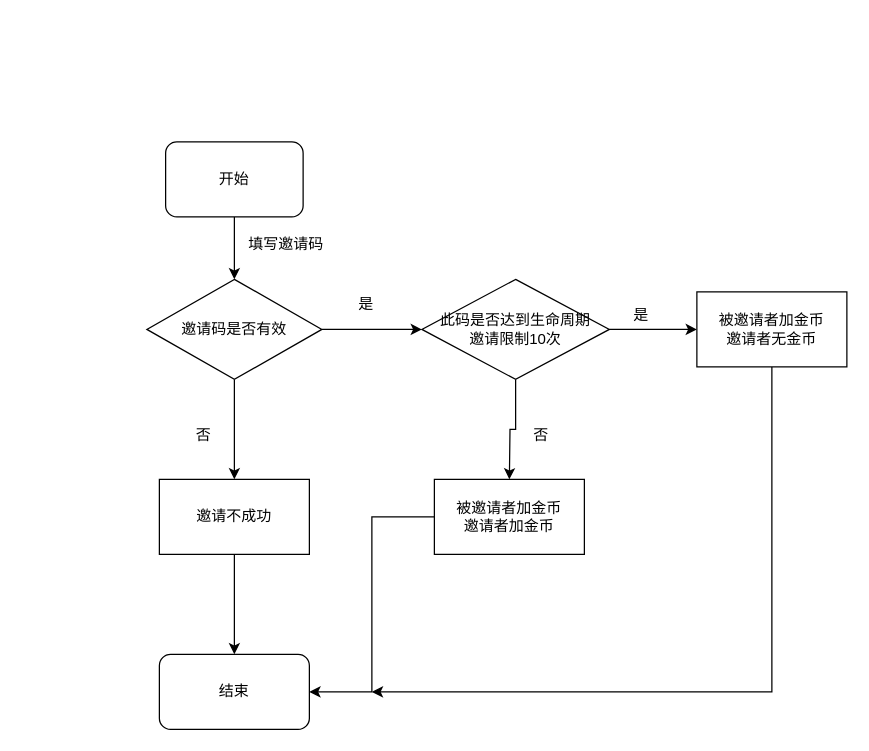
Earlier version of the draw.io diagram 邀请码逻辑.drawio (LiErhua/draw.io). Source tidied: cells renumbered, new cells numbered last; positions are measured from the earlier drawing's top-left corner, leaving out a move shared by most shapes. Both pictures are drawn from the tidied source at 125%, with x=0, y=0 at pixel (146, 141).
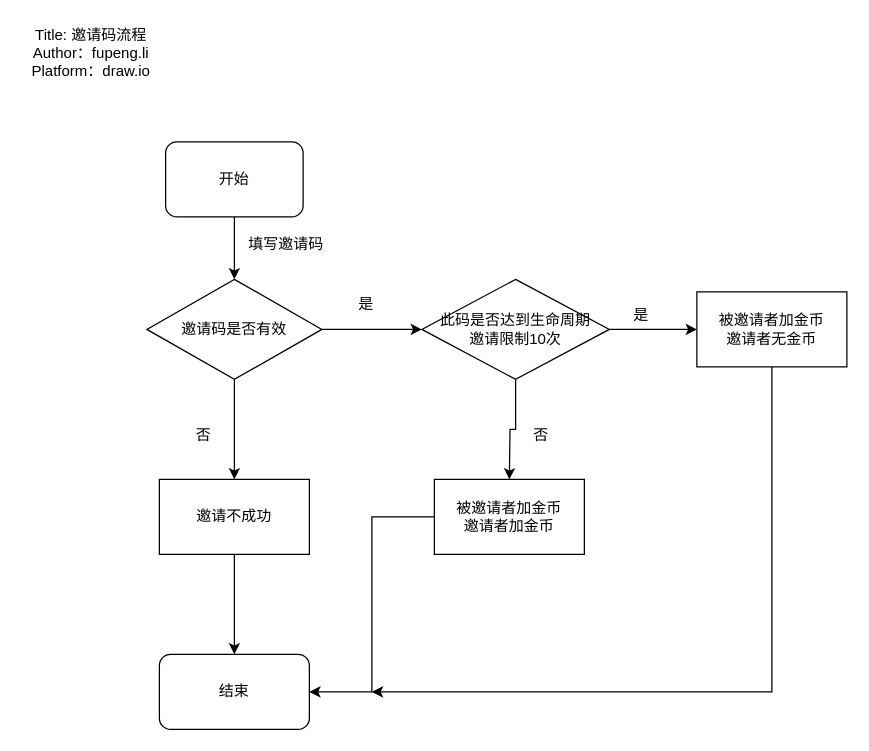
Above is the later version.

Commit message:
Update 邀请码逻辑.drawio

What changed in the source:
```diff
@@
+    <mxCell id="22" value="Title: 邀请码流程&lt;br&gt;Author：fupeng.li&lt;br&gt;Platform：draw.io" style="text;html=1;align=center;verticalAlign=middle;" parent="1" vertex="1">
+      <mxGeometry x="-100" y="-96" width="110" height="50" as="geometry" />
+    </mxCell>
```
